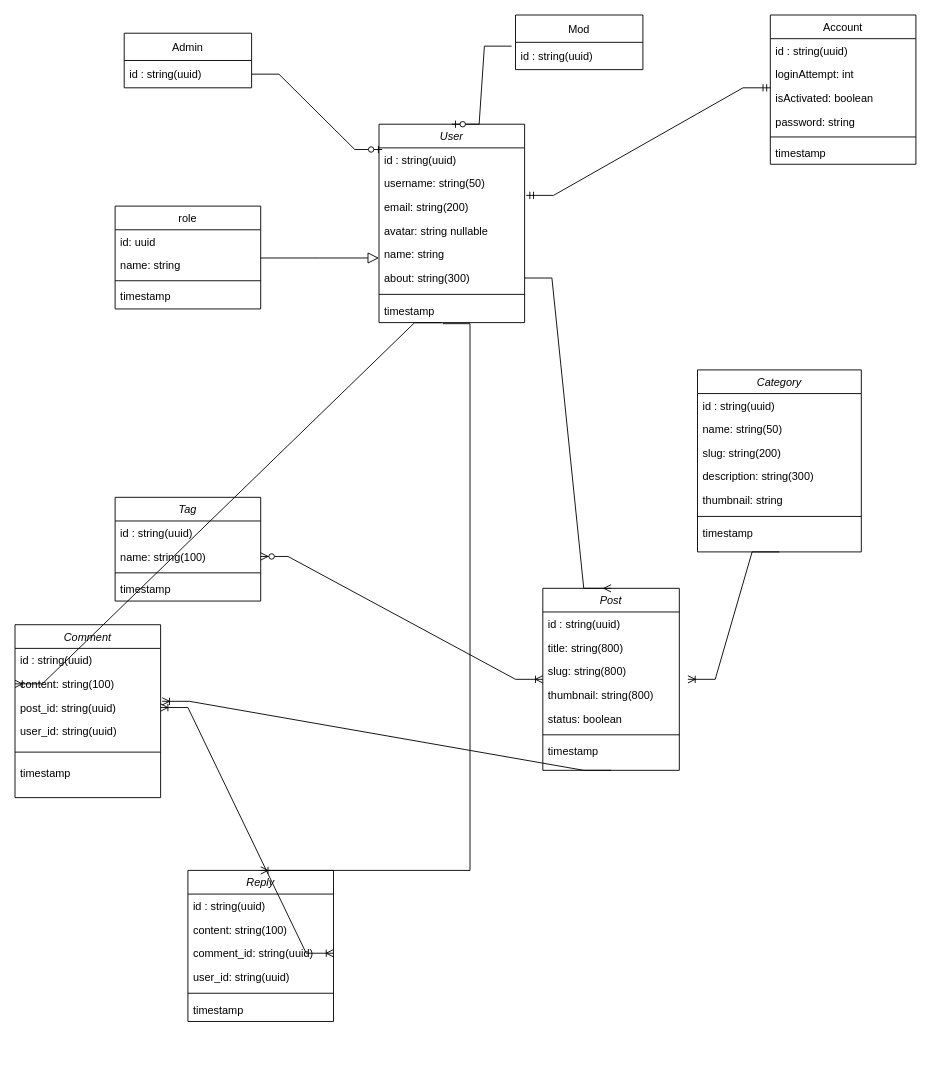
Above: Tan_Blog.drawio in Spectrum184/tan_blog (draw.io), before the change. Source tidied: cells renumbered, new cells numbered last; positions are measured from the earlier drawing's top-left corner, leaving out a move shared by most shapes. Both pictures are drawn from the tidied source at 91%, with x=0, y=0 at pixel (15, 15).
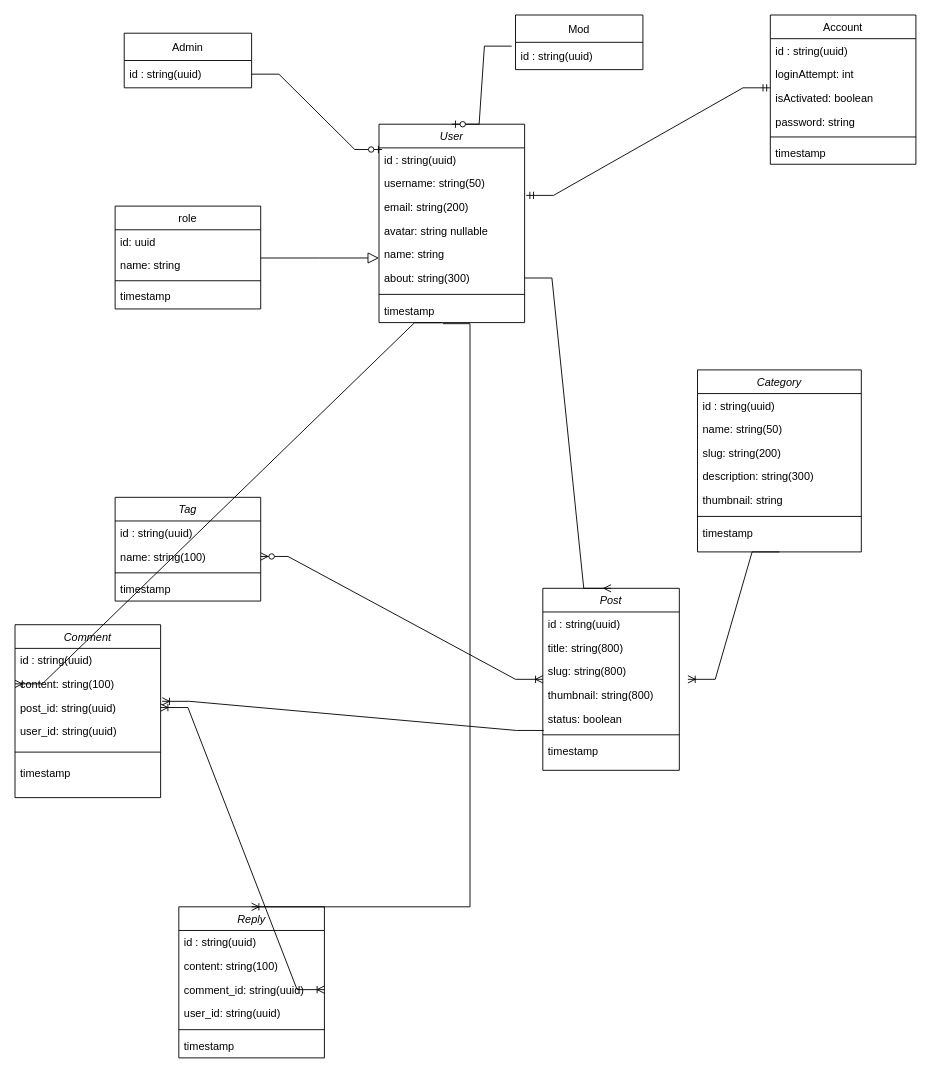
Above is the later version.

Commit message:
fix relation line

The change refers to these unchanged cells:
```xml
<mxCell id="28" value="Post" style="swimlane;fontStyle=2;align=center;verticalAlign=top;horizontal=1;startSize=26;rounded=0;shadow=0;strokeWidth=1;" parent="1" vertex="1">
  <mxGeometry x="580" y="630" width="150" height="200" as="geometry" />
</mxCell>
<mxCell id="33" value="status: boolean" style="text;align=left;verticalAlign=top;spacingLeft=4;spacingRight=4;overflow=hidden;points=[[0,0.5],[1,0.5]];portConstraint=eastwest;rounded=0;shadow=0;html=0;" parent="28" vertex="1">
  <mxGeometry y="130" width="150" height="26" as="geometry" />
</mxCell>
<mxCell id="52" value="post_id: string(uuid)" style="text;align=left;verticalAlign=top;spacingLeft=4;spacingRight=4;overflow=hidden;points=[[0,0.5],[1,0.5]];portConstraint=eastwest;rounded=0;shadow=0;html=0;" parent="49" vertex="1">
  <mxGeometry y="78" width="160" height="26" as="geometry" />
</mxCell>
```

Diff of the diagram source:
```diff
@@
     <mxCell id="56" value="Reply" style="swimlane;fontStyle=2;align=center;verticalAlign=top;horizontal=1;startSize=26;rounded=0;shadow=0;strokeWidth=1;" parent="1" vertex="1">
-      <mxGeometry x="190" y="940" width="160" height="166" as="geometry" />
+      <mxGeometry x="180" y="980" width="160" height="166" as="geometry" />
     </mxCell>
@@
-    <mxCell id="66" style="edgeStyle=entityRelationEdgeStyle;fontSize=12;html=1;endArrow=ERoneToMany;rounded=0;exitX=0.5;exitY=1;exitDx=0;exitDy=0;entryX=1.011;entryY=0.238;entryDx=0;entryDy=0;entryPerimeter=0;" parent="1" edge="1" source="28" target="52">
+    <mxCell id="66" style="edgeStyle=entityRelationEdgeStyle;fontSize=12;html=1;endArrow=ERoneToMany;rounded=0;exitX=0.007;exitY=1.008;exitDx=0;exitDy=0;entryX=1.011;entryY=0.238;entryDx=0;entryDy=0;entryPerimeter=0;exitPerimeter=0;" parent="1" edge="1" source="33" target="52">
       <mxGeometry relative="1" as="geometry" />
     </mxCell>
```
